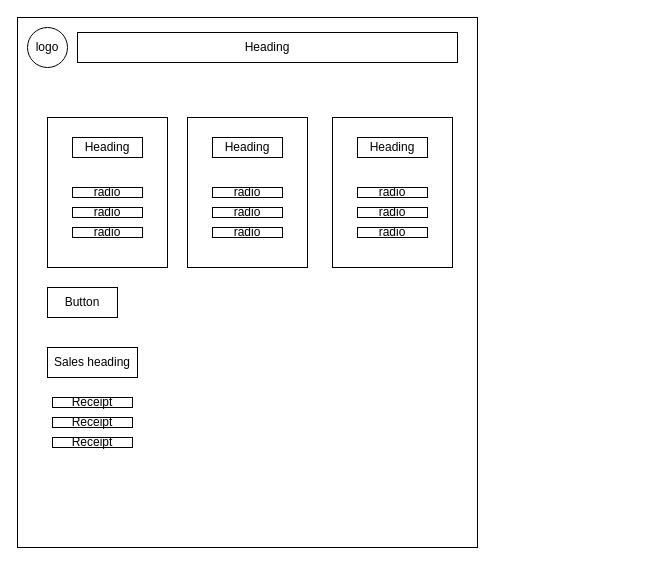
This is layout.drawio from nss-day-cohort-72/House-of-Hummus-Taylor-Albright-NSS, a draw.io file, before an edit. Source tidied: cells renumbered, new cells numbered last; positions are measured from the earlier drawing's top-left corner, leaving out a move shared by most shapes. Both pictures are drawn from the tidied source at 100%, with x=0, y=0 at pixel (17, 17).
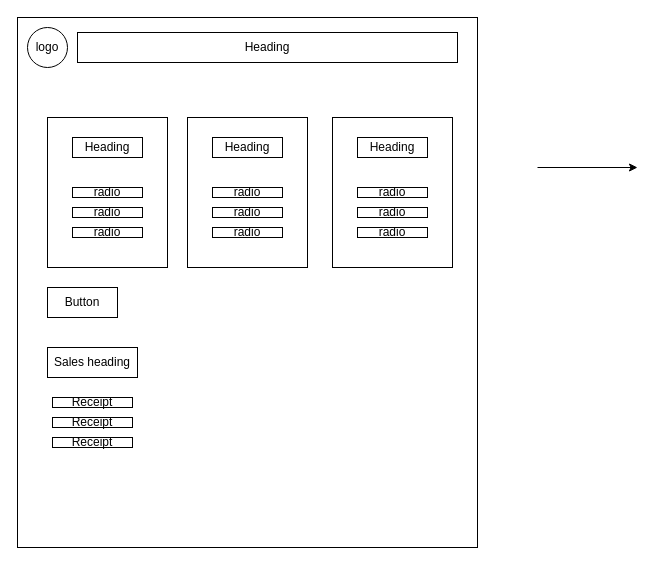
The same page after the edit.

The edit, as a diff of the source:
```diff
@@
+    <mxCell id="25" style="edgeStyle=none;orthogonalLoop=1;jettySize=auto;html=1;" parent="1" edge="1">
+      <mxGeometry relative="1" as="geometry">
+        <mxPoint x="520" y="150" as="sourcePoint" />
+        <mxPoint x="620" y="150" as="targetPoint" />
+      </mxGeometry>
+    </mxCell>
```
